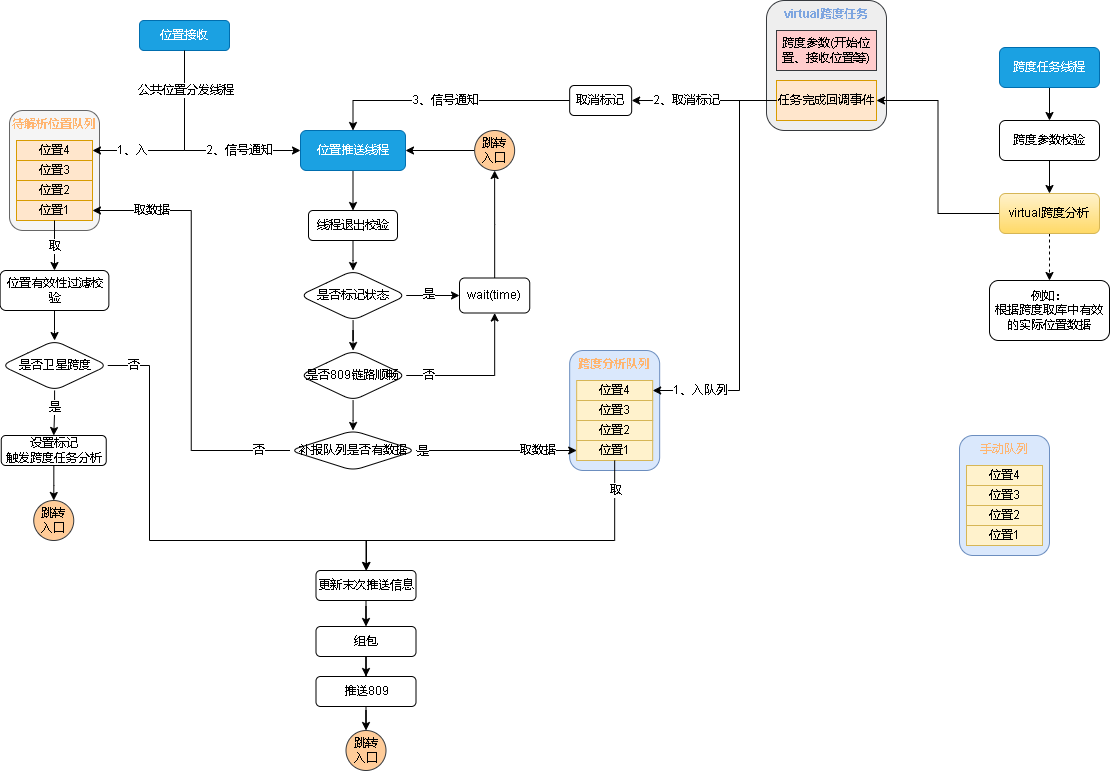
This is 809数据跨度.drawio.png from xktder/draw, a draw.io export, as it was before one commit. Source tidied: cells renumbered, new cells last; positions are measured from the earlier drawing's top-left corner, leaving out a move shared by most shapes.
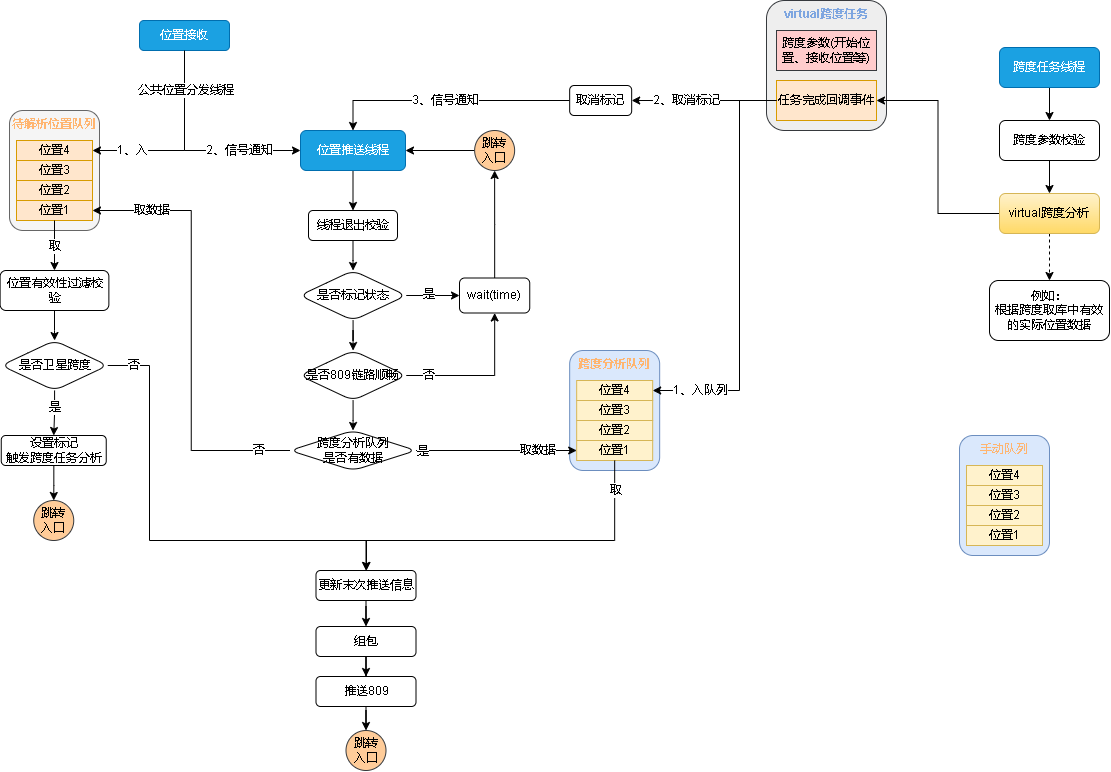
Above is the later version.

Commit message:
更新809数据跨度.drawio.png

Change to the diagram source:
```diff
@@ -151,7 +151,7 @@
         <mxPoint x="-11" as="offset" />
       </mxGeometry>
     </mxCell>
-    <mxCell id="44" value="补报队列是否有数据" style="rhombus;whiteSpace=wrap;html=1;fontColor=#000000;rounded=1;" parent="1" vertex="1">
+    <mxCell id="44" value="跨度分析队列&lt;br&gt;是否有数据" style="rhombus;whiteSpace=wrap;html=1;fontColor=#000000;rounded=1;" parent="1" vertex="1">
       <mxGeometry x="289.5" y="430" width="126" height="40" as="geometry" />
     </mxCell>
     <mxCell id="45" style="edgeStyle=orthogonalEdgeStyle;rounded=0;jettySize=auto;html=1;exitX=0.5;exitY=1;exitDx=0;exitDy=0;fontColor=#000000;entryX=0.5;entryY=0;entryDx=0;entryDy=0;" parent="1" edge="1" source="16" target="55">
```
